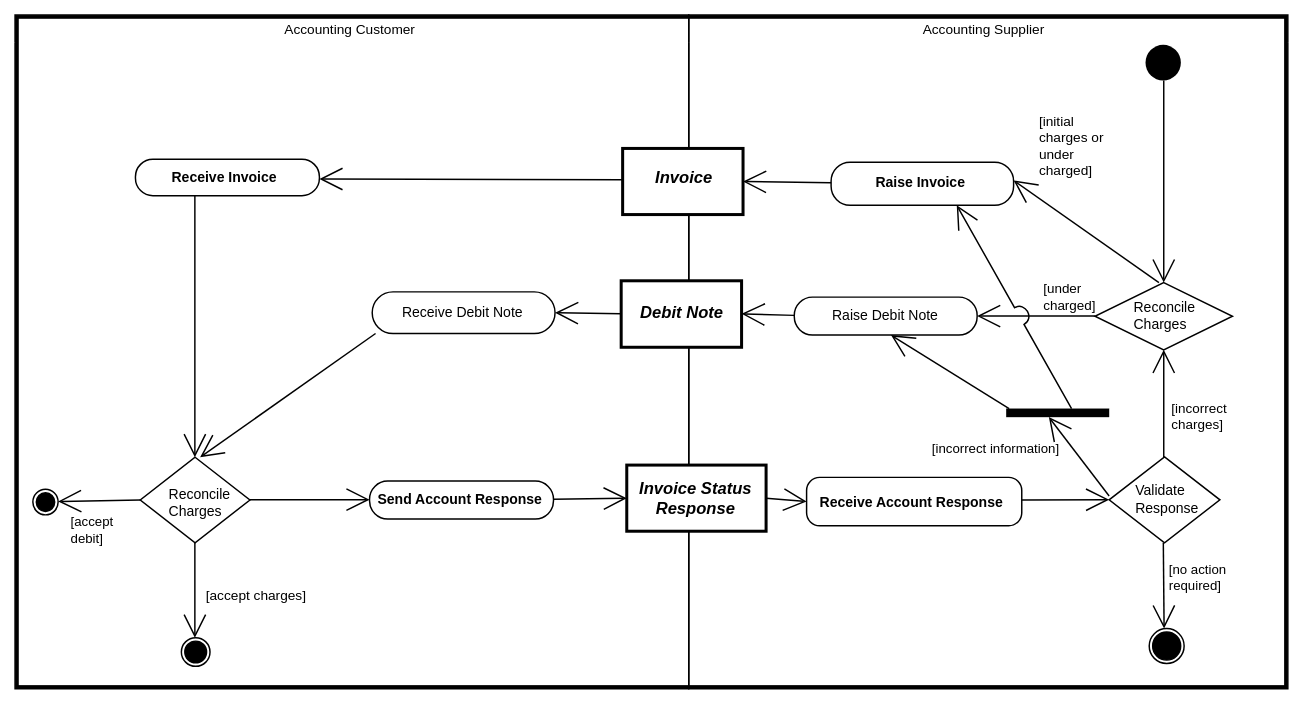
Before: poc-drawio/UBL-2.5-BillingwithDebitNoteProcess/UBL-2.5-BillingwithDebitNoteProcess.drawio in kduvekot/ubl-work-on-svg-images, a draw.io diagram. Source tidied: cells renumbered, new cells numbered last; positions are measured from the earlier drawing's top-left corner, leaving out a move shared by most shapes. Both pictures are drawn from the tidied source at 86%, with x=0, y=0 at pixel (15, 15).
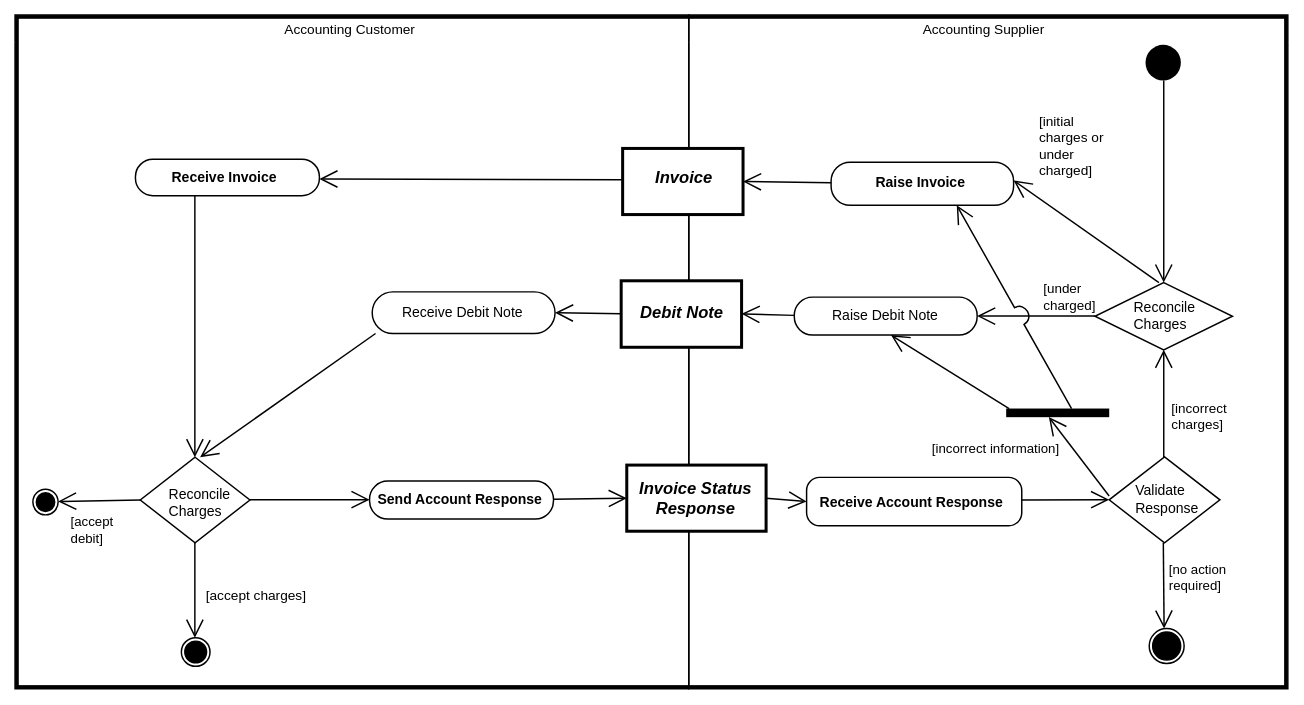
The same diagram, later.

Commit message (it also covers changes not shown here):
draw.io proof of concept: Fig C.1 (Procurement), grey rules, arrowheads

The change refers to these unchanged cells:
```xml
<mxCell id="5" style="ellipse;shape=startState;fillColor=#000000;strokeColor=none;html=1;" parent="4" vertex="1">
  <mxGeometry x="527.1" y="30.6" width="49.1" height="49.5" as="geometry" />
</mxCell>
<mxCell id="6" value="Invoice" style="rounded=0;fillColor=#ffffff;strokeColor=#000000;strokeWidth=3.5;html=1;whiteSpace=wrap;fontFamily=Helvetica;fontSize=19.3;fontStyle=3;align=center;verticalAlign=middle;spacing=0;spacingLeft=2.6;spacingBottom=9.21;" parent="1" vertex="1">
  <mxGeometry x="706.5" y="155.1" width="140" height="76.9" as="geometry" />
</mxCell>
<mxCell id="7" value="Receive Invoice" style="rounded=1;absoluteArcSize=1;arcSize=40.6;fillColor=#ffffff;strokeColor=#000000;strokeWidth=1.7;html=1;whiteSpace=wrap;fontFamily=Helvetica;fontSize=16.3;fontStyle=1;align=center;verticalAlign=middle;spacing=0;spacingRight=7.3;spacingTop=0.69;" parent="3" vertex="1">
  <mxGeometry x="140" y="167.7" width="213.9" height="42.3" as="geometry" />
</mxCell>
<mxCell id="8" value="Raise Invoice" style="rounded=1;absoluteArcSize=1;arcSize=44.1;fillColor=#ffffff;strokeColor=#000000;strokeWidth=1.7;html=1;whiteSpace=wrap;fontFamily=Helvetica;fontSize=16.3;fontStyle=1;align=center;verticalAlign=middle;spacing=0;spacingRight=4.2;spacingBottom=5.31;" parent="4" vertex="1">
  <mxGeometry x="165.5" y="171.1" width="212.2" height="50.1" as="geometry" />
</mxCell>
<mxCell id="9" value="Debit Note" style="rounded=0;fillColor=#ffffff;strokeColor=#000000;strokeWidth=3.5;html=1;whiteSpace=wrap;fontFamily=Helvetica;fontSize=19.3;fontStyle=3;align=center;verticalAlign=middle;spacing=0;spacingLeft=1.2;spacingBottom=3.61;" parent="1" vertex="1">
  <mxGeometry x="704.8" y="309" width="140" height="77.3" as="geometry" />
</mxCell>
<mxCell id="10" value="Reconcile&lt;br&gt;Charges" style="rhombus;fillColor=#ffffff;strokeColor=#000000;strokeWidth=1.7;html=1;whiteSpace=wrap;fontFamily=Helvetica;fontSize=16.3;fontStyle=0;align=left;verticalAlign=middle;spacing=0;spacingLeft=45.17;spacingBottom=0.11;" parent="4" vertex="1">
  <mxGeometry x="472.3" y="311.1" width="159.9" height="78.2" as="geometry" />
</mxCell>
<mxCell id="11" value="Receive Debit Note" style="rounded=1;absoluteArcSize=1;arcSize=48.4;fillColor=#ffffff;strokeColor=#000000;strokeWidth=1.7;html=1;whiteSpace=wrap;fontFamily=Helvetica;fontSize=16.3;fontStyle=0;align=center;verticalAlign=middle;spacing=0;spacingRight=2.6;spacingBottom=1.01;" parent="3" vertex="1">
  <mxGeometry x="415.3" y="321.9" width="212.6" height="48.4" as="geometry" />
</mxCell>
<mxCell id="12" value="Raise Debit Note" style="rounded=1;absoluteArcSize=1;arcSize=42.3;fillColor=#ffffff;strokeColor=#000000;strokeWidth=1.7;html=1;whiteSpace=wrap;fontFamily=Helvetica;fontSize=16.3;fontStyle=0;align=center;verticalAlign=middle;spacing=0;spacingRight=1.6;spacingBottom=2.91;" parent="4" vertex="1">
  <mxGeometry x="122.7" y="328" width="212.6" height="44.1" as="geometry" />
</mxCell>
<mxCell id="13" style="html=1;points=[];perimeter=orthogonalPerimeter;fillColor=strokeColor;strokeColor=#000000;strokeWidth=0;" parent="4" vertex="1">
  <mxGeometry x="369.1" y="457.6" width="119.7" height="9.9" as="geometry" />
</mxCell>
<mxCell id="14" value="Validate&lt;br&gt;Response" style="rhombus;fillColor=#ffffff;strokeColor=#000000;strokeWidth=1.7;html=1;whiteSpace=wrap;fontFamily=Helvetica;fontSize=16.3;fontStyle=0;align=left;verticalAlign=middle;spacing=0;spacingLeft=31.28;spacingBottom=2.31;" parent="4" vertex="1">
  <mxGeometry x="488.8" y="513.8" width="128.8" height="99.8" as="geometry" />
</mxCell>
<mxCell id="15" value="Reconcile&lt;br&gt;Charges" style="rhombus;fillColor=#ffffff;strokeColor=#000000;strokeWidth=1.7;html=1;whiteSpace=wrap;fontFamily=Helvetica;fontSize=16.3;fontStyle=0;align=left;verticalAlign=middle;spacing=0;spacingLeft=33.28;spacingTop=6.29;" parent="3" vertex="1">
  <mxGeometry x="145.6" y="514.2" width="127.5" height="99.4" as="geometry" />
</mxCell>
<mxCell id="16" value="Invoice Status&lt;br&gt;Response" style="rounded=0;fillColor=#ffffff;strokeColor=#000000;strokeWidth=3.5;html=1;whiteSpace=wrap;fontFamily=Helvetica;fontSize=19.3;fontStyle=3;align=center;verticalAlign=middle;spacing=0;spacingRight=1.1;spacingTop=0.79;" parent="1" vertex="1">
  <mxGeometry x="711.3" y="523.3" width="162" height="76.9" as="geometry" />
</mxCell>
<mxCell id="17" value="Receive Account Response" style="rounded=1;absoluteArcSize=1;arcSize=30.3;fillColor=#ffffff;strokeColor=#000000;strokeWidth=1.7;html=1;whiteSpace=wrap;fontFamily=Helvetica;fontSize=16.3;fontStyle=1;align=center;verticalAlign=middle;spacing=0;spacingRight=5.6;spacingTop=1.39;" parent="4" vertex="1">
  <mxGeometry x="137" y="537.6" width="250.2" height="56.2" as="geometry" />
</mxCell>
<mxCell id="18" value="Send Account Response" style="rounded=1;absoluteArcSize=1;arcSize=42.3;fillColor=#ffffff;strokeColor=#000000;strokeWidth=1.7;html=1;whiteSpace=wrap;fontFamily=Helvetica;fontSize=16.3;fontStyle=1;align=center;verticalAlign=middle;spacing=0;spacingRight=3.3;spacingBottom=1.91;" parent="3" vertex="1">
  <mxGeometry x="412.2" y="541.9" width="213.9" height="44.1" as="geometry" />
</mxCell>
<mxCell id="19" style="ellipse;shape=endState;fillColor=#000000;strokeColor=#000000;strokeWidth=1.7;html=1;" parent="3" vertex="1">
  <mxGeometry x="20.7" y="551.4" width="29.4" height="29.8" as="geometry" />
</mxCell>
<mxCell id="20" style="ellipse;shape=endState;fillColor=#000000;strokeColor=#000000;strokeWidth=1.7;html=1;" parent="4" vertex="1">
  <mxGeometry x="535.4" y="713.4" width="40.6" height="40.6" as="geometry" />
</mxCell>
<mxCell id="21" style="ellipse;shape=endState;fillColor=#000000;strokeColor=#000000;strokeWidth=1.7;html=1;" parent="3" vertex="1">
  <mxGeometry x="193.4" y="724" width="33.3" height="33.3" as="geometry" />
</mxCell>
```

Diff of the diagram source:
```diff
@@
-    <mxCell id="22" style="edgeStyle=none;rounded=0;html=1;endArrow=open;endFill=0;endSize=23.3;strokeColor=#000000;strokeWidth=1.7;exitX=0.5132;exitY=0.9192;exitPerimeter=0;entryX=0.5003;entryY=0;entryPerimeter=0;" parent="1" edge="1" source="5" target="10">
+    <mxCell id="22" style="edgeStyle=none;rounded=0;html=1;endArrow=open;endFill=0;endSize=17.45;strokeColor=#000000;strokeWidth=1.7;exitX=0.5132;exitY=0.9192;exitPerimeter=0;entryX=0.5003;entryY=0;entryPerimeter=0;" parent="1" edge="1" source="5" target="10">
       <mxGeometry relative="1" as="geometry" />
     </mxCell>
-    <mxCell id="23" style="edgeStyle=none;rounded=0;html=1;endArrow=open;endFill=0;endSize=23.3;strokeColor=#000000;strokeWidth=1.7;exitX=0;exitY=0.472;exitPerimeter=0;entryX=1;entryY=0.5414;entryPerimeter=0;" parent="1" edge="1" source="6" target="7">
+    <mxCell id="23" style="edgeStyle=none;rounded=0;html=1;endArrow=open;endFill=0;endSize=17.45;strokeColor=#000000;strokeWidth=1.7;exitX=0;exitY=0.472;exitPerimeter=0;entryX=1;entryY=0.5414;entryPerimeter=0;" parent="1" edge="1" source="6" target="7">
       <mxGeometry relative="1" as="geometry" />
     </mxCell>
-    <mxCell id="24" style="edgeStyle=none;rounded=0;html=1;endArrow=open;endFill=0;endSize=23.3;strokeColor=#000000;strokeWidth=1.7;exitX=0;exitY=0.475;exitPerimeter=0;entryX=1;entryY=0.5007;entryPerimeter=0;" parent="1" edge="1" source="8" target="6">
+    <mxCell id="24" style="edgeStyle=none;rounded=0;html=1;endArrow=open;endFill=0;endSize=17.45;strokeColor=#000000;strokeWidth=1.7;exitX=0;exitY=0.475;exitPerimeter=0;entryX=1;entryY=0.5007;entryPerimeter=0;" parent="1" edge="1" source="8" target="6">
       <mxGeometry relative="1" as="geometry" />
     </mxCell>
-    <mxCell id="25" value="[initial&lt;br&gt;charges or&lt;br&gt;under&lt;br&gt;charged]" style="edgeStyle=none;rounded=0;html=1;endArrow=open;endFill=0;endSize=23.3;strokeColor=#000000;strokeWidth=1.7;exitX=0.4653;exitY=0;exitPerimeter=0;entryX=1;entryY=0.4232;entryPerimeter=0;fontFamily=Helvetica;fontSize=15.9;fontStyle=0;align=left;verticalAlign=middle;labelBackgroundColor=none;" parent="1" edge="1" source="10" target="8">
+    <mxCell id="25" value="[initial&lt;br&gt;charges or&lt;br&gt;under&lt;br&gt;charged]" style="edgeStyle=none;rounded=0;html=1;endArrow=open;endFill=0;endSize=17.45;strokeColor=#000000;strokeWidth=1.7;exitX=0.4653;exitY=0;exitPerimeter=0;entryX=1;entryY=0.4232;entryPerimeter=0;fontFamily=Helvetica;fontSize=15.9;fontStyle=0;align=left;verticalAlign=middle;labelBackgroundColor=none;" parent="1" edge="1" source="10" target="8">
       <mxGeometry x="1" relative="1" as="geometry">
         <mxPoint x="27.9" y="-40.4" as="offset" />
       </mxGeometry>
     </mxCell>
-    <mxCell id="26" style="edgeStyle=none;rounded=0;html=1;endArrow=open;endFill=0;endSize=23.3;strokeColor=#000000;strokeWidth=1.7;exitX=0.323;exitY=1;exitPerimeter=0;entryX=0.498;entryY=0;entryPerimeter=0;" parent="1" edge="1" source="7" target="15">
+    <mxCell id="26" style="edgeStyle=none;rounded=0;html=1;endArrow=open;endFill=0;endSize=17.45;strokeColor=#000000;strokeWidth=1.7;exitX=0.323;exitY=1;exitPerimeter=0;entryX=0.498;entryY=0;entryPerimeter=0;" parent="1" edge="1" source="7" target="15">
       <mxGeometry relative="1" as="geometry" />
     </mxCell>
-    <mxCell id="27" value="[under&lt;br&gt;charged]" style="edgeStyle=none;rounded=0;html=1;endArrow=open;endFill=0;endSize=23.3;strokeColor=#000000;strokeWidth=1.7;exitX=0;exitY=0.4974;exitPerimeter=0;entryX=1;entryY=0.4989;entryPerimeter=0;fontFamily=Helvetica;fontSize=15.65;fontStyle=0;align=left;verticalAlign=middle;labelBackgroundColor=none;" parent="1" edge="1" source="10" target="12">
+    <mxCell id="27" value="[under&lt;br&gt;charged]" style="edgeStyle=none;rounded=0;html=1;endArrow=open;endFill=0;endSize=17.45;strokeColor=#000000;strokeWidth=1.7;exitX=0;exitY=0.4974;exitPerimeter=0;entryX=1;entryY=0.4989;entryPerimeter=0;fontFamily=Helvetica;fontSize=15.65;fontStyle=0;align=left;verticalAlign=middle;labelBackgroundColor=none;" parent="1" edge="1" source="10" target="12">
       <mxGeometry x="-0.1" relative="1" as="geometry">
         <mxPoint y="-21.7" as="offset" />
       </mxGeometry>
     </mxCell>
-    <mxCell id="28" style="edgeStyle=none;rounded=0;html=1;endArrow=open;endFill=0;endSize=23.3;strokeColor=#000000;strokeWidth=1.7;exitX=0;exitY=0.4968;exitPerimeter=0;entryX=1;entryY=0.5;entryPerimeter=0;" parent="1" edge="1" source="9" target="11">
+    <mxCell id="28" style="edgeStyle=none;rounded=0;html=1;endArrow=open;endFill=0;endSize=17.45;strokeColor=#000000;strokeWidth=1.7;exitX=0;exitY=0.4968;exitPerimeter=0;entryX=1;entryY=0.5;entryPerimeter=0;" parent="1" edge="1" source="9" target="11">
       <mxGeometry relative="1" as="geometry" />
     </mxCell>
-    <mxCell id="29" style="edgeStyle=none;rounded=0;html=1;endArrow=open;endFill=0;endSize=23.3;strokeColor=#000000;strokeWidth=1.7;exitX=0;exitY=0.4807;exitPerimeter=0;entryX=1;entryY=0.4968;entryPerimeter=0;" parent="1" edge="1" source="12" target="9">
+    <mxCell id="29" style="edgeStyle=none;rounded=0;html=1;endArrow=open;endFill=0;endSize=17.45;strokeColor=#000000;strokeWidth=1.7;exitX=0;exitY=0.4807;exitPerimeter=0;entryX=1;entryY=0.4968;entryPerimeter=0;" parent="1" edge="1" source="12" target="9">
       <mxGeometry relative="1" as="geometry" />
     </mxCell>
-    <mxCell id="30" style="edgeStyle=none;rounded=0;html=1;endArrow=open;endFill=0;endSize=23.3;strokeColor=#000000;strokeWidth=1.7;exitX=0.0183;exitY=1;exitPerimeter=0;entryX=0.5459;entryY=0;entryPerimeter=0;" parent="1" edge="1" source="11" target="15">
+    <mxCell id="30" style="edgeStyle=none;rounded=0;html=1;endArrow=open;endFill=0;endSize=17.45;strokeColor=#000000;strokeWidth=1.7;exitX=0.0183;exitY=1;exitPerimeter=0;entryX=0.5459;entryY=0;entryPerimeter=0;" parent="1" edge="1" source="11" target="15">
       <mxGeometry relative="1" as="geometry" />
     </mxCell>
-    <mxCell id="31" style="edgeStyle=none;rounded=0;html=1;endArrow=open;endFill=0;endSize=23.3;strokeColor=#000000;strokeWidth=1.7;exitX=0.0284;exitY=0;exitPerimeter=0;entryX=0.5287;entryY=1;entryPerimeter=0;" parent="1" edge="1" source="13" target="12">
+    <mxCell id="31" style="edgeStyle=none;rounded=0;html=1;endArrow=open;endFill=0;endSize=17.45;strokeColor=#000000;strokeWidth=1.7;exitX=0.0284;exitY=0;exitPerimeter=0;entryX=0.5287;entryY=1;entryPerimeter=0;" parent="1" edge="1" source="13" target="12">
       <mxGeometry relative="1" as="geometry" />
     </mxCell>
-    <mxCell id="32" value="[incorrect&lt;br&gt;charges]" style="edgeStyle=none;rounded=0;html=1;endArrow=open;endFill=0;endSize=23.3;strokeColor=#000000;strokeWidth=1.7;exitX=0.493;exitY=0;exitPerimeter=0;entryX=0.5003;entryY=1;entryPerimeter=0;fontFamily=Helvetica;fontSize=15.65;fontStyle=0;align=left;verticalAlign=middle;labelBackgroundColor=none;" parent="1" edge="1" source="14" target="10">
+    <mxCell id="32" value="[incorrect&lt;br&gt;charges]" style="edgeStyle=none;rounded=0;html=1;endArrow=open;endFill=0;endSize=17.45;strokeColor=#000000;strokeWidth=1.7;exitX=0.493;exitY=0;exitPerimeter=0;entryX=0.5003;entryY=1;entryPerimeter=0;fontFamily=Helvetica;fontSize=15.65;fontStyle=0;align=left;verticalAlign=middle;labelBackgroundColor=none;" parent="1" edge="1" source="14" target="10">
       <mxGeometry x="-0.24" relative="1" as="geometry">
         <mxPoint x="7.5" as="offset" />
       </mxGeometry>
     </mxCell>
-    <mxCell id="33" value="[incorrect information]" style="edgeStyle=none;rounded=0;html=1;endArrow=open;endFill=0;endSize=23.3;strokeColor=#000000;strokeWidth=1.7;exitX=0;exitY=0.4549;exitPerimeter=0;entryX=0.4144;entryY=1;entryPerimeter=0;fontFamily=Helvetica;fontSize=15.4;fontStyle=0;align=center;verticalAlign=middle;labelBackgroundColor=none;" parent="1" edge="1" source="14" target="13">
+    <mxCell id="33" value="[incorrect information]" style="edgeStyle=none;rounded=0;html=1;endArrow=open;endFill=0;endSize=17.45;strokeColor=#000000;strokeWidth=1.7;exitX=0;exitY=0.4549;exitPerimeter=0;entryX=0.4144;entryY=1;entryPerimeter=0;fontFamily=Helvetica;fontSize=15.4;fontStyle=0;align=center;verticalAlign=middle;labelBackgroundColor=none;" parent="1" edge="1" source="14" target="13">
       <mxGeometry x="1" relative="1" as="geometry">
         <mxPoint x="-62.4" y="37.2" as="offset" />
       </mxGeometry>
     </mxCell>
-    <mxCell id="34" style="edgeStyle=none;rounded=0;html=1;endArrow=open;endFill=0;endSize=23.3;strokeColor=#000000;strokeWidth=1.7;exitX=1;exitY=0.4785;exitPerimeter=0;entryX=0;entryY=0.5007;entryPerimeter=0;" parent="1" edge="1" source="18" target="16">
+    <mxCell id="34" style="edgeStyle=none;rounded=0;html=1;endArrow=open;endFill=0;endSize=17.45;strokeColor=#000000;strokeWidth=1.7;exitX=1;exitY=0.4785;exitPerimeter=0;entryX=0;entryY=0.5007;entryPerimeter=0;" parent="1" edge="1" source="18" target="16">
       <mxGeometry relative="1" as="geometry" />
     </mxCell>
-    <mxCell id="35" style="edgeStyle=none;rounded=0;html=1;endArrow=open;endFill=0;endSize=23.3;strokeColor=#000000;strokeWidth=1.7;exitX=1;exitY=0.496;exitPerimeter=0;entryX=0;entryY=0.4898;entryPerimeter=0;" parent="1" edge="1" source="15" target="18">
+    <mxCell id="35" style="edgeStyle=none;rounded=0;html=1;endArrow=open;endFill=0;endSize=17.45;strokeColor=#000000;strokeWidth=1.7;exitX=1;exitY=0.496;exitPerimeter=0;entryX=0;entryY=0.4898;entryPerimeter=0;" parent="1" edge="1" source="15" target="18">
       <mxGeometry relative="1" as="geometry" />
     </mxCell>
-    <mxCell id="36" style="edgeStyle=none;rounded=0;html=1;endArrow=open;endFill=0;endSize=23.3;strokeColor=#000000;strokeWidth=1.7;exitX=1;exitY=0.5007;exitPerimeter=0;entryX=0;entryY=0.4982;entryPerimeter=0;" parent="1" edge="1" source="16" target="17">
+    <mxCell id="36" style="edgeStyle=none;rounded=0;html=1;endArrow=open;endFill=0;endSize=17.45;strokeColor=#000000;strokeWidth=1.7;exitX=1;exitY=0.5007;exitPerimeter=0;entryX=0;entryY=0.4982;entryPerimeter=0;" parent="1" edge="1" source="16" target="17">
       <mxGeometry relative="1" as="geometry" />
     </mxCell>
-    <mxCell id="37" style="edgeStyle=none;rounded=0;html=1;endArrow=open;endFill=0;endSize=23.3;strokeColor=#000000;strokeWidth=1.7;exitX=1;exitY=0.468;exitPerimeter=0;entryX=0;entryY=0.498;entryPerimeter=0;" parent="1" edge="1" source="17" target="14">
+    <mxCell id="37" style="edgeStyle=none;rounded=0;html=1;endArrow=open;endFill=0;endSize=17.45;strokeColor=#000000;strokeWidth=1.7;exitX=1;exitY=0.468;exitPerimeter=0;entryX=0;entryY=0.498;entryPerimeter=0;" parent="1" edge="1" source="17" target="14">
       <mxGeometry relative="1" as="geometry" />
     </mxCell>
-    <mxCell id="38" value="[accept&lt;br&gt;debit]" style="edgeStyle=none;rounded=0;html=1;endArrow=open;endFill=0;endSize=23.3;strokeColor=#000000;strokeWidth=1.7;exitX=0;exitY=0.5;exitPerimeter=0;entryX=1;entryY=0.4765;entryPerimeter=0;fontFamily=Helvetica;fontSize=15.4;fontStyle=0;align=left;verticalAlign=middle;labelBackgroundColor=none;" parent="1" edge="1" source="15" target="19">
+    <mxCell id="38" value="[accept&lt;br&gt;debit]" style="edgeStyle=none;rounded=0;html=1;endArrow=open;endFill=0;endSize=17.45;strokeColor=#000000;strokeWidth=1.7;exitX=0;exitY=0.5;exitPerimeter=0;entryX=1;entryY=0.4765;entryPerimeter=0;fontFamily=Helvetica;fontSize=15.4;fontStyle=0;align=left;verticalAlign=middle;labelBackgroundColor=none;" parent="1" edge="1" source="15" target="19">
       <mxGeometry x="0.74" relative="1" as="geometry">
         <mxPoint x="0.6" y="33.7" as="offset" />
       </mxGeometry>
     </mxCell>
-    <mxCell id="39" value="[accept charges]" style="edgeStyle=none;rounded=0;html=1;endArrow=open;endFill=0;endSize=23.3;strokeColor=#000000;strokeWidth=1.7;exitX=0.498;exitY=1;exitPerimeter=0;entryX=0.4715;entryY=0;entryPerimeter=0;fontFamily=Helvetica;fontSize=15.9;fontStyle=0;align=center;verticalAlign=middle;labelBackgroundColor=none;" parent="1" edge="1" source="15" target="21">
+    <mxCell id="39" value="[accept charges]" style="edgeStyle=none;rounded=0;html=1;endArrow=open;endFill=0;endSize=17.45;strokeColor=#000000;strokeWidth=1.7;exitX=0.498;exitY=1;exitPerimeter=0;entryX=0.4715;entryY=0;entryPerimeter=0;fontFamily=Helvetica;fontSize=15.9;fontStyle=0;align=center;verticalAlign=middle;labelBackgroundColor=none;" parent="1" edge="1" source="15" target="21">
       <mxGeometry x="0.11" relative="1" as="geometry">
         <mxPoint x="70.5" as="offset" />
       </mxGeometry>
     </mxCell>
-    <mxCell id="40" value="[no action&lt;br&gt;required]" style="edgeStyle=none;rounded=0;html=1;endArrow=open;endFill=0;endSize=23.3;strokeColor=#000000;strokeWidth=1.7;exitX=0.4891;exitY=1;exitPerimeter=0;entryX=0.4261;entryY=0;entryPerimeter=0;fontFamily=Helvetica;fontSize=15.4;fontStyle=0;align=left;verticalAlign=middle;labelBackgroundColor=none;" parent="1" edge="1" source="14" target="20">
+    <mxCell id="40" value="[no action&lt;br&gt;required]" style="edgeStyle=none;rounded=0;html=1;endArrow=open;endFill=0;endSize=17.45;strokeColor=#000000;strokeWidth=1.7;exitX=0.4891;exitY=1;exitPerimeter=0;entryX=0.4261;entryY=0;entryPerimeter=0;fontFamily=Helvetica;fontSize=15.4;fontStyle=0;align=left;verticalAlign=middle;labelBackgroundColor=none;" parent="1" edge="1" source="14" target="20">
       <mxGeometry x="-0.2" relative="1" as="geometry">
         <mxPoint x="4.4" as="offset" />
       </mxGeometry>
     </mxCell>
-    <mxCell id="41" style="edgeStyle=none;rounded=0;html=1;endArrow=open;endFill=0;endSize=23.3;strokeColor=#000000;strokeWidth=1.7;exitX=0.6349;exitY=0;exitPerimeter=0;entryX=0.6885;entryY=1;entryPerimeter=0;jumpStyle=arc;jumpSize=21;" parent="1" edge="1" source="13" target="8">
+    <mxCell id="41" style="edgeStyle=none;rounded=0;html=1;endArrow=open;endFill=0;endSize=17.45;strokeColor=#000000;strokeWidth=1.7;exitX=0.6349;exitY=0;exitPerimeter=0;entryX=0.6885;entryY=1;entryPerimeter=0;jumpStyle=arc;jumpSize=21;" parent="1" edge="1" source="13" target="8">
       <mxGeometry relative="1" as="geometry" />
     </mxCell>
```
